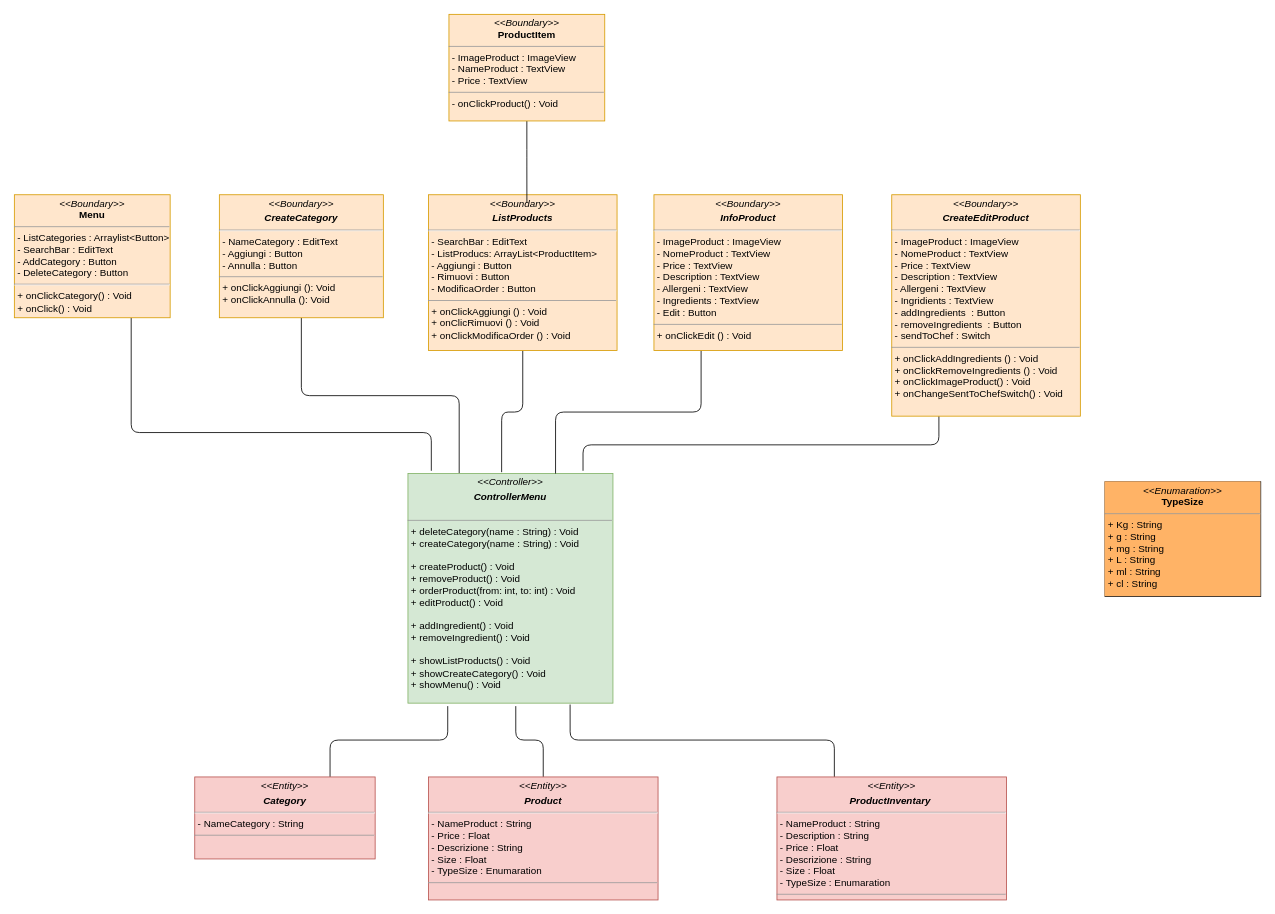
The draw.io diagram page "GestisciMenu" (5 of 8) of Documentazione/Class Diagram/Class Diagram.drawio in Chriss1618/ProgettoINGSW, before the edit. Source tidied: cells renumbered, new cells numbered last; positions are measured from the earlier drawing's top-left corner, leaving out a move shared by most shapes. Both pictures are drawn from the tidied source at 82%, with x=0, y=0 at pixel (14, 14).
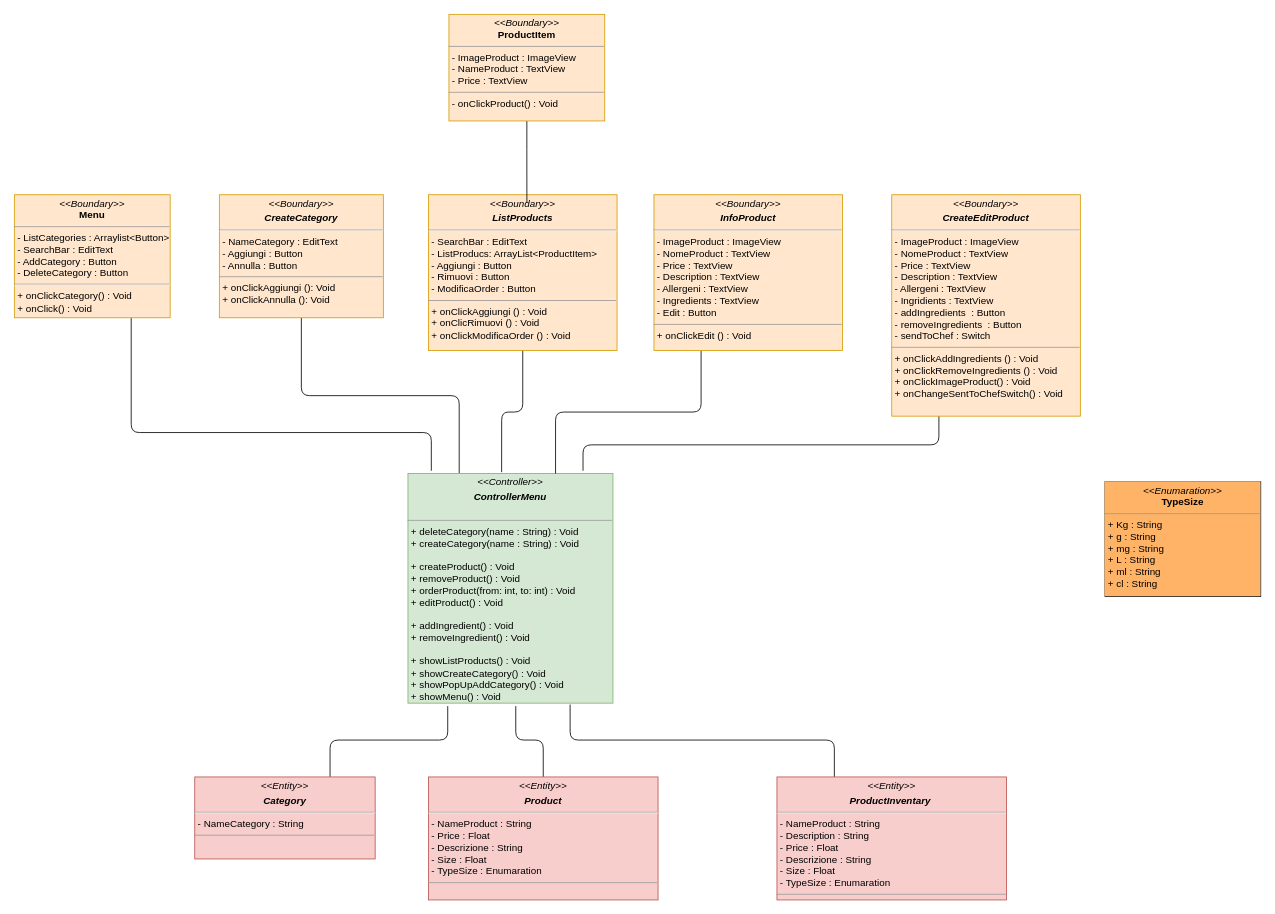
Above is the later version.

Change to the diagram source:
```diff
@@
-    <mxCell id="6" value="&lt;p style=&quot;margin:0px;margin-top:4px;text-align:center;&quot;&gt;&lt;i&gt;&amp;lt;&amp;lt;Controller&amp;gt;&amp;gt;&lt;/i&gt;&lt;br&gt;&lt;/p&gt;&lt;p style=&quot;margin:0px;margin-top:4px;text-align:center;&quot;&gt;&lt;i&gt;&lt;b&gt;ControllerMenu&lt;/b&gt;&lt;/i&gt;&lt;/p&gt;&lt;br&gt;&lt;hr size=&quot;1&quot;&gt;&lt;p style=&quot;margin:0px;margin-left:4px;&quot;&gt;&lt;span style=&quot;background-color: initial;&quot;&gt;+ deleteCategory(name : String) : Void&lt;/span&gt;&lt;br&gt;&lt;/p&gt;&lt;p style=&quot;margin:0px;margin-left:4px;&quot;&gt;&lt;span style=&quot;background-color: initial;&quot;&gt;+ createCategory(name : String) : Void&lt;/span&gt;&lt;/p&gt;&lt;p style=&quot;margin:0px;margin-left:4px;&quot;&gt;&lt;span style=&quot;background-color: initial;&quot;&gt;&lt;br&gt;&lt;/span&gt;&lt;/p&gt;&lt;p style=&quot;margin:0px;margin-left:4px;&quot;&gt;+ createProduct() : Void&lt;span style=&quot;background-color: initial;&quot;&gt;&lt;br&gt;&lt;/span&gt;&lt;/p&gt;&lt;p style=&quot;margin:0px;margin-left:4px;&quot;&gt;&lt;span style=&quot;background-color: initial;&quot;&gt;+ removeProduct() : Void&lt;/span&gt;&lt;/p&gt;&lt;p style=&quot;margin:0px;margin-left:4px;&quot;&gt;+ orderProduct(from: int, to: int) : Void&lt;/p&gt;&lt;p style=&quot;margin:0px;margin-left:4px;&quot;&gt;+ editProduct() : Void&lt;/p&gt;&lt;p style=&quot;margin:0px;margin-left:4px;&quot;&gt;&lt;br&gt;&lt;/p&gt;&lt;p style=&quot;margin:0px;margin-left:4px;&quot;&gt;+ addIngredient() : Void&lt;/p&gt;&lt;p style=&quot;margin:0px;margin-left:4px;&quot;&gt;+ removeIngredient() : Void&lt;/p&gt;&lt;p style=&quot;margin:0px;margin-left:4px;&quot;&gt;&lt;br&gt;&lt;/p&gt;&lt;p style=&quot;margin:0px;margin-left:4px;&quot;&gt;+ showListProducts() : Void&lt;/p&gt;&lt;p style=&quot;margin:0px;margin-left:4px;&quot;&gt;&lt;span style=&quot;background-color: initial;&quot;&gt;+ showCreateCategory() : Void&lt;/span&gt;&lt;br&gt;&lt;/p&gt;&lt;p style=&quot;margin:0px;margin-left:4px;&quot;&gt;+ showMenu() : Void&lt;/p&gt;" style="verticalAlign=top;align=left;overflow=fill;fontSize=12;fontFamily=Helvetica;html=1;fillColor=#d5e8d4;strokeColor=#82b366;" parent="1" vertex="1">
+    <mxCell id="6" value="&lt;p style=&quot;margin:0px;margin-top:4px;text-align:center;&quot;&gt;&lt;i&gt;&amp;lt;&amp;lt;Controller&amp;gt;&amp;gt;&lt;/i&gt;&lt;br&gt;&lt;/p&gt;&lt;p style=&quot;margin:0px;margin-top:4px;text-align:center;&quot;&gt;&lt;i&gt;&lt;b&gt;ControllerMenu&lt;/b&gt;&lt;/i&gt;&lt;/p&gt;&lt;br&gt;&lt;hr size=&quot;1&quot;&gt;&lt;p style=&quot;margin:0px;margin-left:4px;&quot;&gt;&lt;span style=&quot;background-color: initial;&quot;&gt;+ deleteCategory(name : String) : Void&lt;/span&gt;&lt;br&gt;&lt;/p&gt;&lt;p style=&quot;margin:0px;margin-left:4px;&quot;&gt;&lt;span style=&quot;background-color: initial;&quot;&gt;+ createCategory(name : String) : Void&lt;/span&gt;&lt;/p&gt;&lt;p style=&quot;margin:0px;margin-left:4px;&quot;&gt;&lt;span style=&quot;background-color: initial;&quot;&gt;&lt;br&gt;&lt;/span&gt;&lt;/p&gt;&lt;p style=&quot;margin:0px;margin-left:4px;&quot;&gt;+ createProduct() : Void&lt;span style=&quot;background-color: initial;&quot;&gt;&lt;br&gt;&lt;/span&gt;&lt;/p&gt;&lt;p style=&quot;margin:0px;margin-left:4px;&quot;&gt;&lt;span style=&quot;background-color: initial;&quot;&gt;+ removeProduct() : Void&lt;/span&gt;&lt;/p&gt;&lt;p style=&quot;margin:0px;margin-left:4px;&quot;&gt;+ orderProduct(from: int, to: int) : Void&lt;/p&gt;&lt;p style=&quot;margin:0px;margin-left:4px;&quot;&gt;+ editProduct() : Void&lt;/p&gt;&lt;p style=&quot;margin:0px;margin-left:4px;&quot;&gt;&lt;br&gt;&lt;/p&gt;&lt;p style=&quot;margin:0px;margin-left:4px;&quot;&gt;+ addIngredient() : Void&lt;/p&gt;&lt;p style=&quot;margin:0px;margin-left:4px;&quot;&gt;+ removeIngredient() : Void&lt;/p&gt;&lt;p style=&quot;margin:0px;margin-left:4px;&quot;&gt;&lt;br&gt;&lt;/p&gt;&lt;p style=&quot;margin:0px;margin-left:4px;&quot;&gt;+ showListProducts() : Void&lt;/p&gt;&lt;p style=&quot;margin:0px;margin-left:4px;&quot;&gt;&lt;span style=&quot;background-color: initial;&quot;&gt;+ showCreateCategory() : Void&lt;/span&gt;&lt;br&gt;&lt;/p&gt;&lt;p style=&quot;margin:0px;margin-left:4px;&quot;&gt;+ showPopUpAddCategory() : Void&lt;/p&gt;&lt;p style=&quot;margin:0px;margin-left:4px;&quot;&gt;+ showMenu() : Void&lt;/p&gt;" style="verticalAlign=top;align=left;overflow=fill;fontSize=12;fontFamily=Helvetica;html=1;fillColor=#d5e8d4;strokeColor=#82b366;" parent="1" vertex="1">
       <mxGeometry x="480" y="560" width="250" height="280" as="geometry" />
     </mxCell>
```
